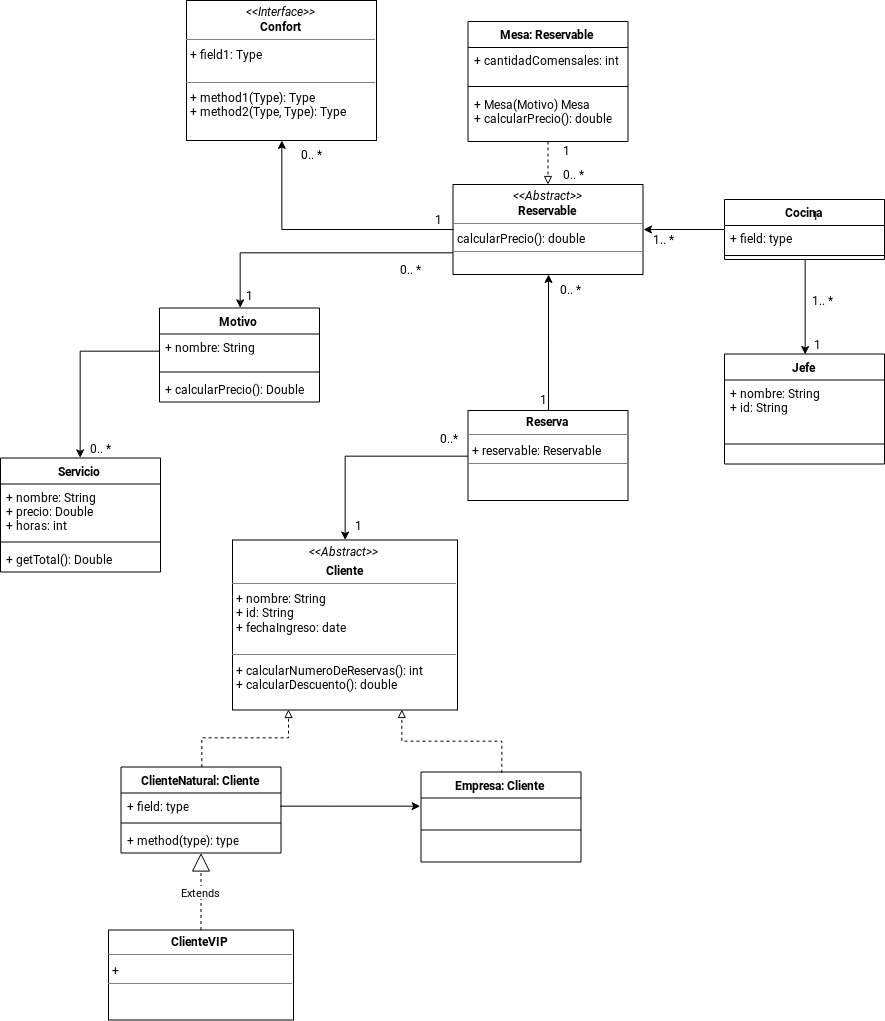
This is doc/El gran chef V2.png from AlexisMunera98/patrones-de-software, a draw.io export, as it was before one commit. Source tidied: cells renumbered, new cells last; positions are measured from the earlier drawing's top-left corner, leaving out a move shared by most shapes.
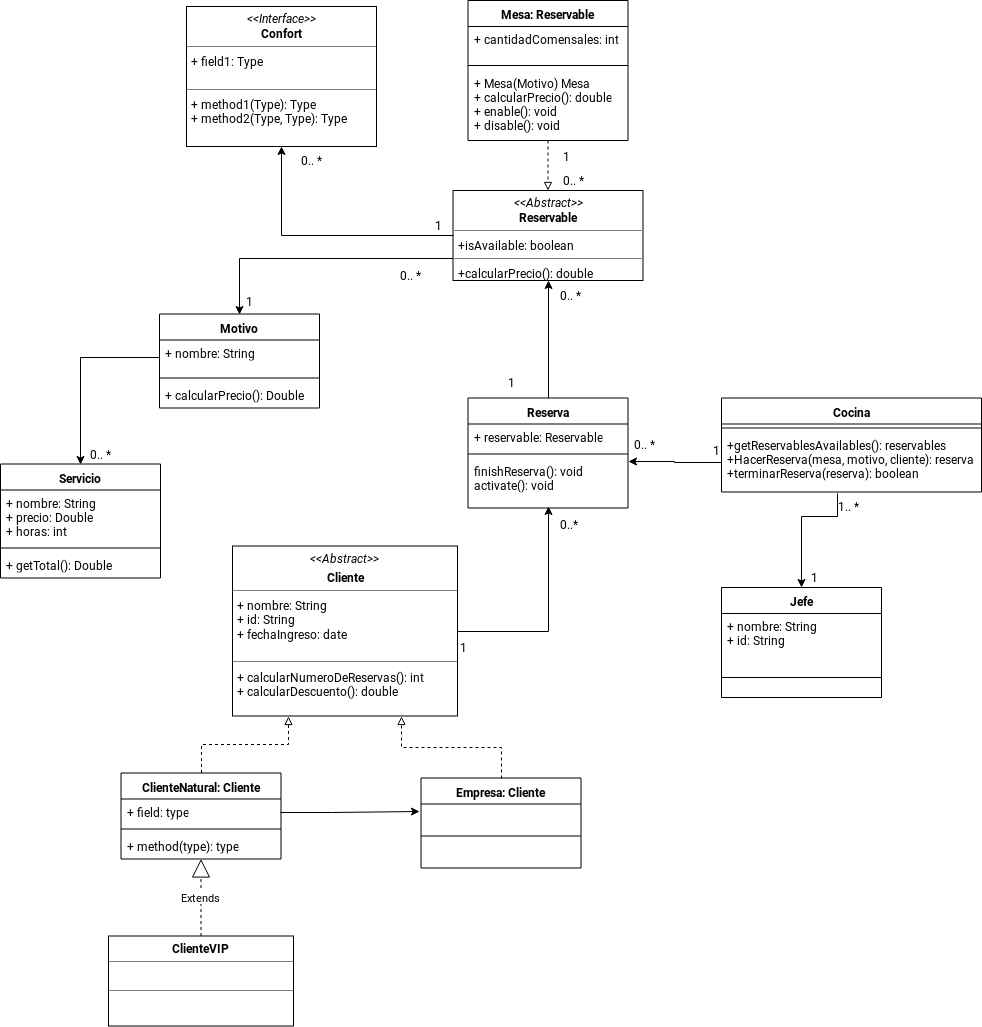
The same diagram one commit later.

What changed in the source:
```diff
@@ -5,35 +5,25 @@
     <mxCell id="2" style="edgeStyle=orthogonalEdgeStyle;rounded=0;jettySize=auto;html=1;entryX=0.5;entryY=0;entryDx=0;entryDy=0;startArrow=none;startFill=0;exitX=0;exitY=0.75;exitDx=0;exitDy=0;" parent="1" edge="1" source="40" target="16">
       <mxGeometry relative="1" as="geometry" />
     </mxCell>
-    <mxCell id="3" style="edgeStyle=orthogonalEdgeStyle;rounded=0;jettySize=auto;html=1;" parent="1" edge="1" source="7" target="4">
-      <mxGeometry relative="1" as="geometry" />
+    <mxCell id="3" style="edgeStyle=orthogonalEdgeStyle;rounded=0;jettySize=auto;html=1;" parent="1" edge="1" source="4">
+      <mxGeometry relative="1" as="geometry">
+        <mxPoint x="548" y="500" as="targetPoint" />
+      </mxGeometry>
     </mxCell>
     <mxCell id="4" value="&lt;p style=&quot;margin: 0px ; margin-top: 4px ; text-align: center&quot;&gt;&lt;i&gt;&amp;lt;&amp;lt;Abstract&amp;gt;&amp;gt;&lt;/i&gt;&lt;b&gt;&lt;br&gt;&lt;/b&gt;&lt;/p&gt;&lt;p style=&quot;margin: 0px ; margin-top: 4px ; text-align: center&quot;&gt;&lt;b&gt;Cliente&lt;/b&gt;&lt;/p&gt;&lt;hr size=&quot;1&quot;&gt;&lt;p style=&quot;margin: 0px ; margin-left: 4px&quot;&gt;+ nombre: String&lt;br&gt;+ id: String&lt;/p&gt;&lt;p style=&quot;margin: 0px ; margin-left: 4px&quot;&gt;+ fechaIngreso: date&lt;/p&gt;&lt;p style=&quot;margin: 0px ; margin-left: 4px&quot;&gt;&lt;br&gt;&lt;/p&gt;&lt;hr size=&quot;1&quot;&gt;&lt;p style=&quot;margin: 0px ; margin-left: 4px&quot;&gt;+ calcularNumeroDeReservas(): int&lt;/p&gt;&lt;p style=&quot;margin: 0px ; margin-left: 4px&quot;&gt;+ calcularDescuento(): double&lt;br&gt;&lt;/p&gt;" style="verticalAlign=top;align=left;overflow=fill;fontSize=12;fontFamily=Helvetica;html=1;" parent="1" vertex="1">
       <mxGeometry x="232" y="539.5" width="225" height="170" as="geometry" />
     </mxCell>
-    <mxCell id="5" value="&lt;p style=&quot;margin: 0px ; margin-top: 4px ; text-align: center&quot;&gt;&lt;b&gt;ClienteVIP&lt;/b&gt;&lt;br&gt;&lt;/p&gt;&lt;hr size=&quot;1&quot;&gt;&lt;p style=&quot;margin: 0px ; margin-left: 4px&quot;&gt;+&lt;/p&gt;&lt;hr size=&quot;1&quot;&gt;&lt;p style=&quot;margin: 0px ; margin-left: 4px&quot;&gt;&lt;br&gt;&lt;/p&gt;" style="verticalAlign=top;align=left;overflow=fill;fontSize=12;fontFamily=Helvetica;html=1;" parent="1" vertex="1">
+    <mxCell id="5" value="&lt;p style=&quot;margin: 0px ; margin-top: 4px ; text-align: center&quot;&gt;&lt;b&gt;ClienteVIP&lt;/b&gt;&lt;br&gt;&lt;/p&gt;&lt;hr size=&quot;1&quot;&gt;&lt;p style=&quot;margin: 0px ; margin-left: 4px&quot;&gt;&lt;br&gt;&lt;/p&gt;&lt;hr size=&quot;1&quot;&gt;&lt;p style=&quot;margin: 0px ; margin-left: 4px&quot;&gt;&lt;br&gt;&lt;/p&gt;" style="verticalAlign=top;align=left;overflow=fill;fontSize=12;fontFamily=Helvetica;html=1;" parent="1" vertex="1">
       <mxGeometry x="108" y="929.5" width="185" height="90" as="geometry" />
     </mxCell>
-    <mxCell id="6" style="edgeStyle=orthogonalEdgeStyle;rounded=0;jettySize=auto;html=1;entryX=0.5;entryY=1;entryDx=0;entryDy=0;endArrow=classic;endFill=1;" parent="1" edge="1" source="7" target="40">
+    <mxCell id="6" style="edgeStyle=orthogonalEdgeStyle;rounded=0;jettySize=auto;html=1;entryX=0.5;entryY=1;entryDx=0;entryDy=0;endArrow=classic;endFill=1;exitX=0.5;exitY=0;exitDx=0;exitDy=0;" parent="1" edge="1" source="58" target="40">
       <mxGeometry relative="1" as="geometry" />
     </mxCell>
-    <mxCell id="7" value="&lt;p style=&quot;margin: 0px ; margin-top: 4px ; text-align: center&quot;&gt;&lt;b&gt;Reserva&lt;/b&gt;&lt;br&gt;&lt;/p&gt;&lt;hr size=&quot;1&quot;&gt;&lt;p style=&quot;margin: 0px ; margin-left: 4px&quot;&gt;+ reservable: Reservable&lt;br&gt;&lt;/p&gt;&lt;hr size=&quot;1&quot;&gt;" style="verticalAlign=top;align=left;overflow=fill;fontSize=12;fontFamily=Helvetica;html=1;" parent="1" vertex="1">
-      <mxGeometry x="467.5" y="410" width="160" height="90" as="geometry" />
-    </mxCell>
-    <mxCell id="8" style="edgeStyle=orthogonalEdgeStyle;rounded=0;jettySize=auto;html=1;entryX=1;entryY=0.5;entryDx=0;entryDy=0;" parent="1" edge="1" source="9" target="40">
+    <mxCell id="8" style="edgeStyle=orthogonalEdgeStyle;rounded=0;jettySize=auto;html=1;entryX=1.003;entryY=0.077;entryDx=0;entryDy=0;entryPerimeter=0;" parent="1" edge="1" source="62" target="60">
       <mxGeometry relative="1" as="geometry" />
     </mxCell>
-    <mxCell id="9" value="Cocina&#10;" style="swimlane;fontStyle=1;align=center;verticalAlign=top;horizontal=1;startSize=26;" parent="1" vertex="1">
-      <mxGeometry x="724" y="199" width="160" height="60" as="geometry" />
-    </mxCell>
-    <mxCell id="10" value="+ field: type" style="text;strokeColor=none;fillColor=none;align=left;verticalAlign=top;spacingLeft=4;spacingRight=4;overflow=hidden;" parent="9" vertex="1">
-      <mxGeometry y="26" width="160" height="26" as="geometry" />
-    </mxCell>
-    <mxCell id="11" style="line;strokeWidth=1;fillColor=none;align=left;verticalAlign=middle;spacingTop=-1;spacingLeft=3;spacingRight=3;labelPosition=right;" parent="9" vertex="1">
-      <mxGeometry y="52" width="160" height="8" as="geometry" />
-    </mxCell>
     <mxCell id="12" value="Jefe&#10;" style="swimlane;fontStyle=1;align=center;verticalAlign=top;horizontal=1;startSize=26;" parent="1" vertex="1">
-      <mxGeometry x="724" y="353.5" width="160" height="110" as="geometry" />
+      <mxGeometry x="721" y="581" width="160" height="110" as="geometry" />
     </mxCell>
     <mxCell id="13" value="+ nombre: String&#10;+ id: String" style="text;strokeColor=none;fillColor=none;align=left;verticalAlign=top;spacingLeft=4;spacingRight=4;overflow=hidden;" parent="12" vertex="1">
       <mxGeometry y="26" width="160" height="44" as="geometry" />
@@ -41,8 +31,13 @@
     <mxCell id="14" style="line;strokeWidth=1;fillColor=none;align=left;verticalAlign=middle;spacingTop=-1;spacingLeft=3;spacingRight=3;labelPosition=right;" parent="12" vertex="1">
       <mxGeometry y="70" width="160" height="40" as="geometry" />
     </mxCell>
-    <mxCell id="15" style="edgeStyle=orthogonalEdgeStyle;rounded=0;jettySize=auto;html=1;entryX=0.5;entryY=0;entryDx=0;entryDy=0;startArrow=none;startFill=0;" parent="1" edge="1" source="9" target="12">
-      <mxGeometry relative="1" as="geometry" />
+    <mxCell id="15" style="edgeStyle=orthogonalEdgeStyle;rounded=0;jettySize=auto;html=1;entryX=0.5;entryY=0;entryDx=0;entryDy=0;startArrow=none;startFill=0;exitX=0.447;exitY=1.019;exitDx=0;exitDy=0;exitPerimeter=0;" parent="1" edge="1" source="62" target="12">
+      <mxGeometry relative="1" as="geometry">
+        <Array as="points">
+          <mxPoint x="837" y="510" />
+          <mxPoint x="801" y="510" />
+        </Array>
+      </mxGeometry>
     </mxCell>
     <mxCell id="16" value="Motivo" style="swimlane;fontStyle=1;align=center;verticalAlign=top;horizontal=1;startSize=26;" parent="1" vertex="1">
       <mxGeometry x="159" y="307.5" width="160" height="94" as="geometry" />
@@ -72,7 +67,7 @@
       <mxGeometry relative="1" as="geometry" />
     </mxCell>
     <mxCell id="25" value="Mesa: Reservable" style="swimlane;fontStyle=1;align=center;verticalAlign=top;horizontal=1;startSize=26;" parent="1" vertex="1">
-      <mxGeometry x="467.5" y="21" width="160" height="120" as="geometry" />
+      <mxGeometry x="467.5" y="-6" width="160" height="140" as="geometry" />
     </mxCell>
     <mxCell id="26" value="+ cantidadComensales: int" style="text;strokeColor=none;fillColor=none;align=left;verticalAlign=top;spacingLeft=4;spacingRight=4;overflow=hidden;" parent="25" vertex="1">
       <mxGeometry y="26" width="160" height="34" as="geometry" />
@@ -80,8 +75,8 @@
     <mxCell id="27" style="line;strokeWidth=1;fillColor=none;align=left;verticalAlign=middle;spacingTop=-1;spacingLeft=3;spacingRight=3;labelPosition=right;" parent="25" vertex="1">
       <mxGeometry y="60" width="160" height="10" as="geometry" />
     </mxCell>
-    <mxCell id="28" value="+ Mesa(Motivo) Mesa&#10;+ calcularPrecio(): double" style="text;strokeColor=none;fillColor=none;align=left;verticalAlign=top;spacingLeft=4;spacingRight=4;overflow=hidden;" parent="25" vertex="1">
-      <mxGeometry y="70" width="160" height="50" as="geometry" />
+    <mxCell id="28" value="+ Mesa(Motivo) Mesa&#10;+ calcularPrecio(): double&#10;+ enable(): void&#10;+ disable(): void" style="text;strokeColor=none;fillColor=none;align=left;verticalAlign=top;spacingLeft=4;spacingRight=4;overflow=hidden;" parent="25" vertex="1">
+      <mxGeometry y="70" width="160" height="70" as="geometry" />
     </mxCell>
     <mxCell id="29" style="rounded=0;jettySize=auto;html=1;entryX=0.5;entryY=0;entryDx=0;entryDy=0;edgeStyle=orthogonalEdgeStyle;" parent="1" edge="1" source="17" target="20">
       <mxGeometry relative="1" as="geometry" />
@@ -96,27 +91,24 @@
       <mxGeometry x="397.5" y="259" width="40" height="20" as="geometry" />
     </mxCell>
     <mxCell id="33" value="1" style="text;html=1;align=left;verticalAlign=top;spacingTop=-4;" parent="1" vertex="1">
-      <mxGeometry x="537.5" y="389" width="20" height="20" as="geometry" />
+      <mxGeometry x="506" y="365.5" width="20" height="20" as="geometry" />
     </mxCell>
     <mxCell id="34" value="&lt;div&gt;0..*&lt;/div&gt;&lt;div&gt;&lt;br&gt;&lt;/div&gt;" style="text;html=1;align=left;verticalAlign=top;spacingTop=-4;" parent="1" vertex="1">
-      <mxGeometry x="437.5" y="428" width="30" height="30" as="geometry" />
+      <mxGeometry x="557.5" y="507.5" width="30" height="30" as="geometry" />
     </mxCell>
     <mxCell id="35" value="1" style="text;html=1;align=left;verticalAlign=top;spacingTop=-4;" parent="1" vertex="1">
-      <mxGeometry x="812" y="333.5" width="20" height="20" as="geometry" />
+      <mxGeometry x="809" y="561" width="20" height="20" as="geometry" />
     </mxCell>
     <mxCell id="36" value="1.. *" style="text;html=1;align=left;verticalAlign=top;spacingTop=-4;" parent="1" vertex="1">
-      <mxGeometry x="809.5" y="289.5" width="40" height="20" as="geometry" />
+      <mxGeometry x="836" y="489.5" width="40" height="20" as="geometry" />
     </mxCell>
-    <mxCell id="37" value="1.. *" style="text;html=1;align=left;verticalAlign=top;spacingTop=-4;" parent="1" vertex="1">
-      <mxGeometry x="651.5" y="229" width="40" height="20" as="geometry" />
+    <mxCell id="37" value="0.. *" style="text;html=1;align=left;verticalAlign=top;spacingTop=-4;" parent="1" vertex="1">
+      <mxGeometry x="631.5" y="427.5" width="40" height="20" as="geometry" />
     </mxCell>
-    <mxCell id="38" value="1" style="text;html=1;align=left;verticalAlign=top;spacingTop=-4;" parent="1" vertex="1">
-      <mxGeometry x="809.5" y="204.5" width="20" height="20" as="geometry" />
-    </mxCell>
     <mxCell id="39" value="1" style="text;html=1;align=left;verticalAlign=top;spacingTop=-4;" parent="1" vertex="1">
-      <mxGeometry x="353" y="514.5" width="20" height="20" as="geometry" />
+      <mxGeometry x="457.5" y="631" width="20" height="20" as="geometry" />
     </mxCell>
-    <mxCell id="40" value="&lt;p style=&quot;margin: 0px ; margin-top: 4px ; text-align: center&quot;&gt;&lt;i&gt;&amp;lt;&amp;lt;Abstract&amp;gt;&amp;gt;&lt;/i&gt;&lt;br&gt;&lt;b&gt;Reservable&lt;/b&gt;&lt;br&gt;&lt;/p&gt;&lt;hr size=&quot;1&quot;&gt;&lt;p style=&quot;margin: 0px ; margin-left: 4px&quot;&gt;calcularPrecio(): double&lt;br&gt;&lt;/p&gt;&lt;hr size=&quot;1&quot;&gt;&lt;p style=&quot;margin: 0px ; margin-left: 4px&quot;&gt;&lt;br&gt;&lt;/p&gt;" style="verticalAlign=top;align=left;overflow=fill;fontSize=12;fontFamily=Helvetica;html=1;" parent="1" vertex="1">
+    <mxCell id="40" value="&lt;p style=&quot;margin: 0px ; margin-top: 4px ; text-align: center&quot;&gt;&lt;i&gt;&amp;lt;&amp;lt;Abstract&amp;gt;&amp;gt;&lt;/i&gt;&lt;br&gt;&lt;b&gt;Reservable&lt;/b&gt;&lt;br&gt;&lt;/p&gt;&lt;hr size=&quot;1&quot;&gt;&lt;p style=&quot;margin: 0px ; margin-left: 4px&quot;&gt;+isAvailable: boolean&lt;/p&gt;&lt;hr size=&quot;1&quot;&gt;&lt;p style=&quot;margin: 0px ; margin-left: 4px&quot;&gt;+calcularPrecio(): double&lt;br&gt;&lt;/p&gt;" style="verticalAlign=top;align=left;overflow=fill;fontSize=12;fontFamily=Helvetica;html=1;" parent="1" vertex="1">
       <mxGeometry x="452.5" y="184" width="190" height="90" as="geometry" />
     </mxCell>
     <mxCell id="41" style="edgeStyle=orthogonalEdgeStyle;rounded=0;jettySize=auto;html=1;entryX=0.25;entryY=1;entryDx=0;entryDy=0;endArrow=block;endFill=0;dashed=1;" parent="1" edge="1" source="42" target="4">
@@ -181,5 +173,29 @@
     <mxCell id="57" value="0.. *&lt;br&gt;" style="text;html=1;align=left;verticalAlign=top;spacingTop=-4;" parent="1" vertex="1">
       <mxGeometry x="557.5" y="279" width="40" height="20" as="geometry" />
     </mxCell>
+    <mxCell id="38" value="1" style="text;html=1;align=left;verticalAlign=top;spacingTop=-4;" parent="1" vertex="1">
+      <mxGeometry x="711" y="434" width="20" height="20" as="geometry" />
+    </mxCell>
+    <mxCell id="58" value="Reserva" style="swimlane;fontStyle=1;align=center;verticalAlign=top;horizontal=1;startSize=26;" parent="1" vertex="1">
+      <mxGeometry x="467.5" y="391.5" width="160" height="110" as="geometry" />
+    </mxCell>
+    <mxCell id="59" value="+ reservable: Reservable" style="text;strokeColor=none;fillColor=none;align=left;verticalAlign=top;spacingLeft=4;spacingRight=4;overflow=hidden;" parent="58" vertex="1">
+      <mxGeometry y="26" width="160" height="26" as="geometry" />
+    </mxCell>
+    <mxCell id="11" style="line;strokeWidth=1;fillColor=none;align=left;verticalAlign=middle;spacingTop=-1;spacingLeft=3;spacingRight=3;labelPosition=right;" parent="58" vertex="1">
+      <mxGeometry y="52" width="160" height="8" as="geometry" />
+    </mxCell>
+    <mxCell id="60" value="finishReserva(): void&#10;activate(): void" style="text;strokeColor=none;fillColor=none;align=left;verticalAlign=top;spacingLeft=4;spacingRight=4;overflow=hidden;points=[[0,0.5],[1,0.5]];portConstraint=eastwest;" parent="58" vertex="1">
+      <mxGeometry y="60" width="160" height="50" as="geometry" />
+    </mxCell>
+    <mxCell id="9" value="Cocina" style="swimlane;fontStyle=1;align=center;verticalAlign=top;horizontal=1;startSize=26;" parent="1" vertex="1">
+      <mxGeometry x="721" y="391.5" width="260" height="94" as="geometry" />
+    </mxCell>
+    <mxCell id="61" style="line;strokeWidth=1;fillColor=none;align=left;verticalAlign=middle;spacingTop=-1;spacingLeft=3;spacingRight=3;labelPosition=right;" parent="9" vertex="1">
+      <mxGeometry y="26" width="260" height="8" as="geometry" />
+    </mxCell>
+    <mxCell id="62" value="+getReservablesAvailables(): reservables&#10;+HacerReserva(mesa, motivo, cliente): reserva&#10;+terminarReserva(reserva): boolean" style="text;strokeColor=none;fillColor=none;align=left;verticalAlign=top;spacingLeft=4;spacingRight=4;overflow=hidden;points=[[0,0.5],[1,0.5]];portConstraint=eastwest;" parent="9" vertex="1">
+      <mxGeometry y="34" width="260" height="60" as="geometry" />
+    </mxCell>
   </root>
 </mxGraphModel>
```
